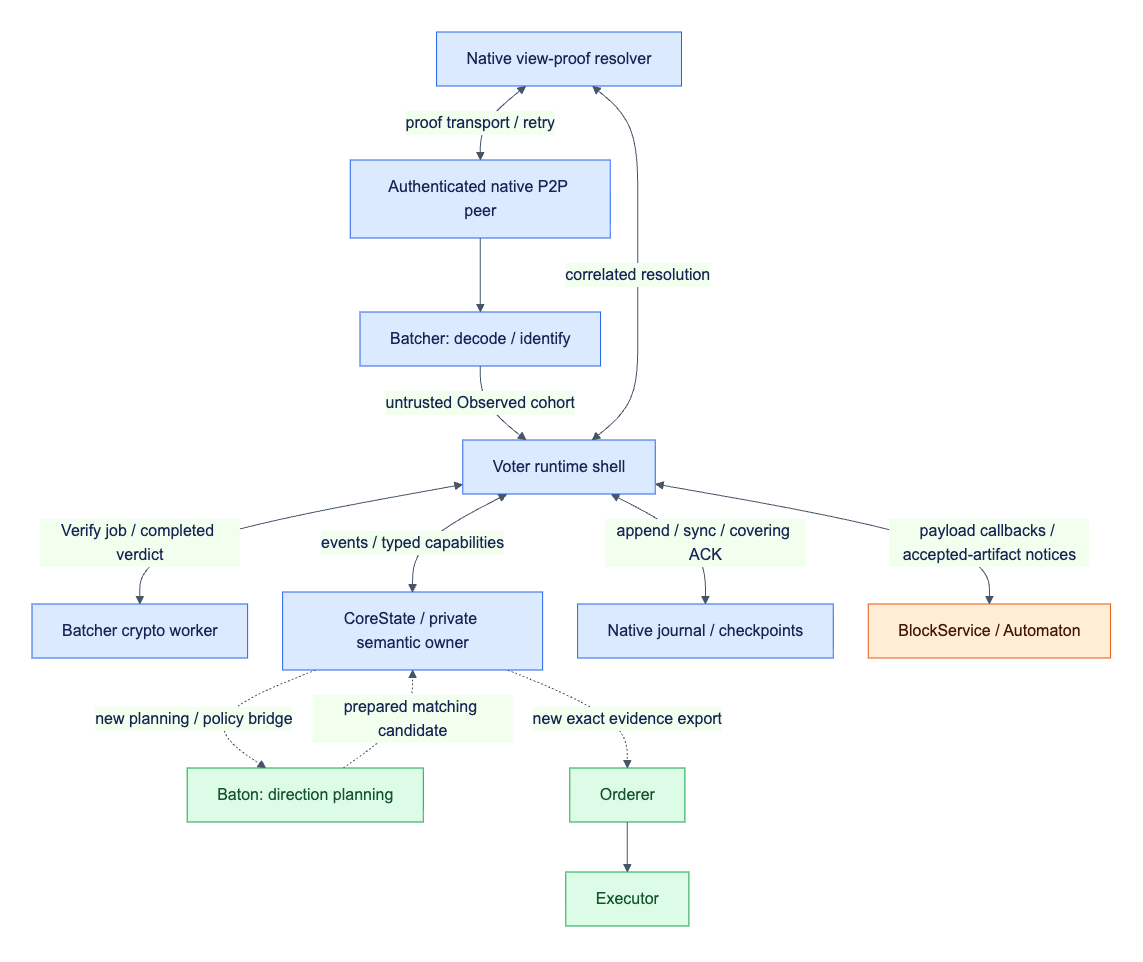
This is docs/assets/diagrams/diagram-16.png from djm07073/baton-research, a Mermaid export, as it was before one commit. Its source is kept beside it as docs/assets/diagrams/diagram-16.mmd.
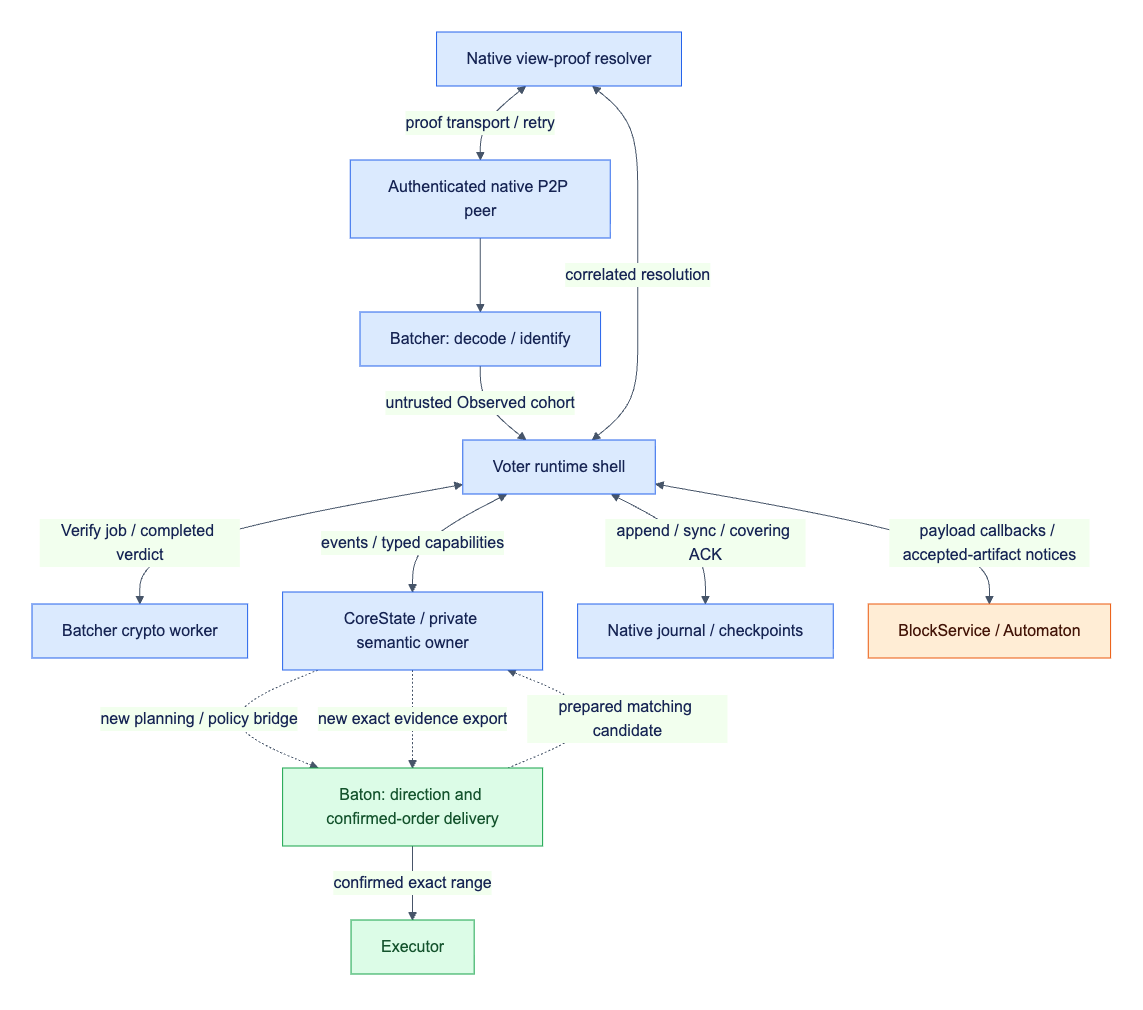
Above is the later version.

Diff of the diagram source:
```diff
@@ -7,13 +7,13 @@
     V <-->|events / typed capabilities| C[CoreState / private semantic owner]
     V <-->|append / sync / covering ACK| J[Native journal / checkpoints]
     V <-->|payload callbacks / accepted-artifact notices| A[BlockService / Automaton]
-    C -. new planning / policy bridge .-> P[Baton: direction planning]
+    C -. new planning / policy bridge .-> P[Baton: direction and confirmed-order delivery]
     P -. prepared matching candidate .-> C
-    C -. new exact evidence export .-> D[Orderer]
-    D --> E[Executor]
+    C -. new exact evidence export .-> P
+    P -->|confirmed exact range| E[Executor]
     classDef reuse fill:#dbeafe,stroke:#2563eb,color:#172554;
     classDef adapt fill:#ffedd5,stroke:#ea580c,color:#431407;
     classDef fresh fill:#dcfce7,stroke:#16a34a,color:#14532d;
     class W,B,K,V,R,C,J reuse;
     class A adapt;
-    class P,D,E fresh;
+    class P,E fresh;
```
